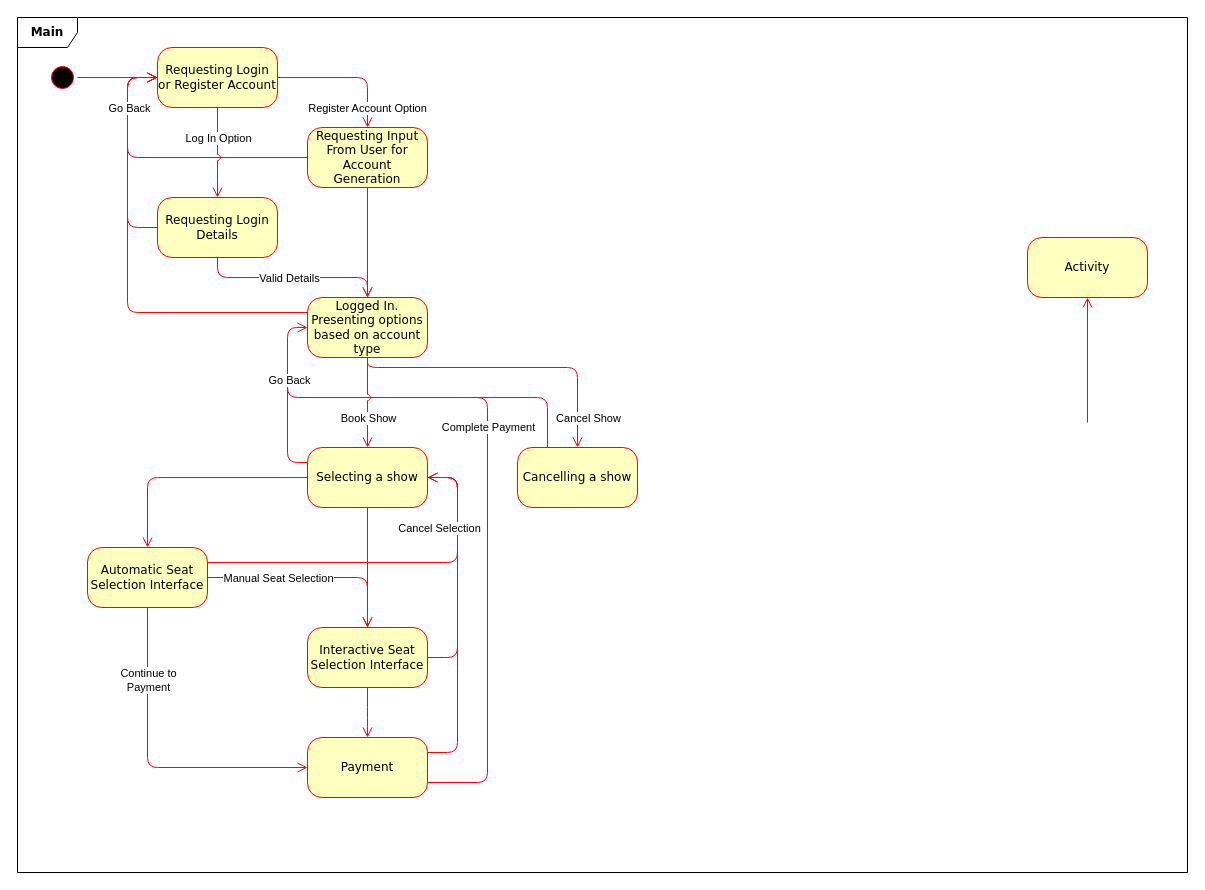
Earlier version of the draw.io diagram State Machine for uni work.drawio (Caxaho/BookingSystem). Source tidied: cells renumbered, new cells numbered last; positions are measured from the earlier drawing's top-left corner, leaving out a move shared by most shapes. Both pictures are drawn from the tidied source at 100%, with x=0, y=0 at pixel (17, 17).
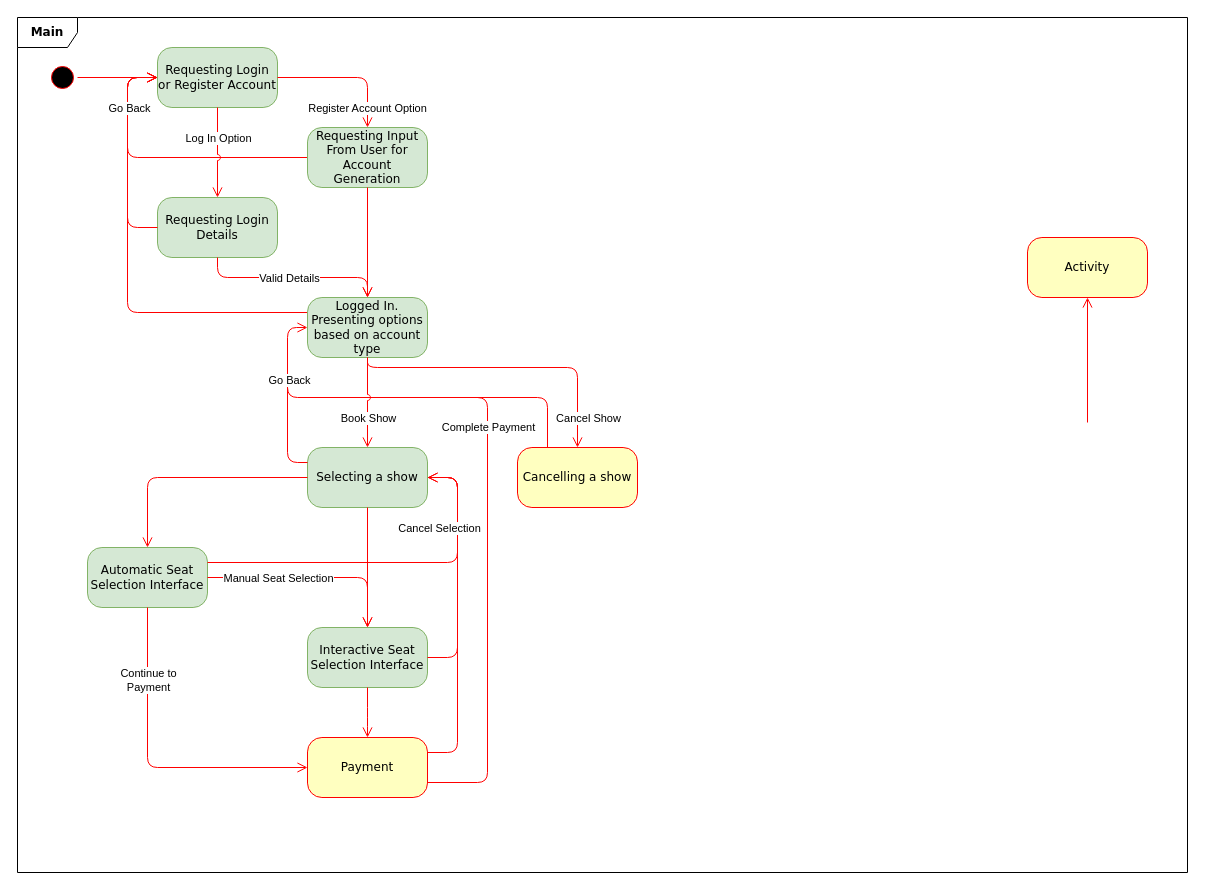
Above is the later version.

Commit message (it also covers changes not shown here):
Seat selection complete

Change to the diagram source:
```diff
@@
-    <mxCell id="8" value="Requesting Login Details" style="rounded=1;whiteSpace=wrap;html=1;arcSize=24;fillColor=#ffffc0;strokeColor=#ff0000;shadow=0;comic=0;labelBackgroundColor=none;fontFamily=Verdana;fontSize=12;fontColor=#000000;align=center;" parent="1" vertex="1">
+    <mxCell id="8" value="Requesting Login Details" style="rounded=1;whiteSpace=wrap;html=1;arcSize=24;fillColor=#d5e8d4;strokeColor=#82b366;shadow=0;comic=0;labelBackgroundColor=none;fontFamily=Verdana;fontSize=12;align=center;" parent="1" vertex="1">
       <mxGeometry x="140" y="180" width="120" height="60" as="geometry" />
     </mxCell>
-    <mxCell id="9" value="Requesting Login or Register Account" style="rounded=1;whiteSpace=wrap;html=1;arcSize=24;fillColor=#ffffc0;strokeColor=#ff0000;shadow=0;comic=0;labelBackgroundColor=none;fontFamily=Verdana;fontSize=12;fontColor=#000000;align=center;" parent="1" vertex="1">
+    <mxCell id="9" value="Requesting Login or Register Account" style="rounded=1;whiteSpace=wrap;html=1;arcSize=24;fillColor=#d5e8d4;strokeColor=#82b366;shadow=0;comic=0;labelBackgroundColor=none;fontFamily=Verdana;fontSize=12;align=center;" parent="1" vertex="1">
       <mxGeometry x="140" y="30" width="120" height="60" as="geometry" />
     </mxCell>
-    <mxCell id="10" value="Requesting Input From User for Account Generation" style="rounded=1;whiteSpace=wrap;html=1;arcSize=24;fillColor=#ffffc0;strokeColor=#ff0000;shadow=0;comic=0;labelBackgroundColor=none;fontFamily=Verdana;fontSize=12;fontColor=#000000;align=center;" parent="1" vertex="1">
+    <mxCell id="10" value="Requesting Input From User for Account Generation" style="rounded=1;whiteSpace=wrap;html=1;arcSize=24;fillColor=#d5e8d4;strokeColor=#82b366;shadow=0;comic=0;labelBackgroundColor=none;fontFamily=Verdana;fontSize=12;align=center;" parent="1" vertex="1">
       <mxGeometry x="290" y="110" width="120" height="60" as="geometry" />
     </mxCell>
@@
-    <mxCell id="18" value="Logged In.&lt;div&gt;Presenting options based on account type&lt;/div&gt;" style="rounded=1;whiteSpace=wrap;html=1;arcSize=24;fillColor=#ffffc0;strokeColor=#ff0000;shadow=0;comic=0;labelBackgroundColor=none;fontFamily=Verdana;fontSize=12;fontColor=#000000;align=center;" parent="1" vertex="1">
+    <mxCell id="18" value="Logged In.&lt;div&gt;Presenting options based on account type&lt;/div&gt;" style="rounded=1;whiteSpace=wrap;html=1;arcSize=24;fillColor=#d5e8d4;strokeColor=#82b366;shadow=0;comic=0;labelBackgroundColor=none;fontFamily=Verdana;fontSize=12;align=center;" parent="1" vertex="1">
       <mxGeometry x="290" y="280" width="120" height="60" as="geometry" />
     </mxCell>
@@
-    <mxCell id="22" value="Selecting a show" style="rounded=1;whiteSpace=wrap;html=1;arcSize=24;fillColor=#ffffc0;strokeColor=#ff0000;shadow=0;comic=0;labelBackgroundColor=none;fontFamily=Verdana;fontSize=12;fontColor=#000000;align=center;" parent="1" vertex="1">
+    <mxCell id="22" value="Selecting a show" style="rounded=1;whiteSpace=wrap;html=1;arcSize=24;fillColor=#d5e8d4;strokeColor=#82b366;shadow=0;comic=0;labelBackgroundColor=none;fontFamily=Verdana;fontSize=12;align=center;" parent="1" vertex="1">
       <mxGeometry x="290" y="430" width="120" height="60" as="geometry" />
     </mxCell>
-    <mxCell id="23" value="Automatic Seat Selection Interface" style="rounded=1;whiteSpace=wrap;html=1;arcSize=24;fillColor=#ffffc0;strokeColor=#ff0000;shadow=0;comic=0;labelBackgroundColor=none;fontFamily=Verdana;fontSize=12;fontColor=#000000;align=center;" parent="1" vertex="1">
+    <mxCell id="23" value="Automatic Seat Selection Interface" style="rounded=1;whiteSpace=wrap;html=1;arcSize=24;fillColor=#d5e8d4;strokeColor=#82b366;shadow=0;comic=0;labelBackgroundColor=none;fontFamily=Verdana;fontSize=12;align=center;" parent="1" vertex="1">
       <mxGeometry x="70" y="530" width="120" height="60" as="geometry" />
     </mxCell>
-    <mxCell id="24" value="Interactive Seat Selection Interface" style="rounded=1;whiteSpace=wrap;html=1;arcSize=24;fillColor=#ffffc0;strokeColor=#ff0000;shadow=0;comic=0;labelBackgroundColor=none;fontFamily=Verdana;fontSize=12;fontColor=#000000;align=center;" parent="1" vertex="1">
+    <mxCell id="24" value="Interactive Seat Selection Interface" style="rounded=1;whiteSpace=wrap;html=1;arcSize=24;fillColor=#d5e8d4;strokeColor=#82b366;shadow=0;comic=0;labelBackgroundColor=none;fontFamily=Verdana;fontSize=12;align=center;" parent="1" vertex="1">
       <mxGeometry x="290" y="610" width="120" height="60" as="geometry" />
     </mxCell>
```
